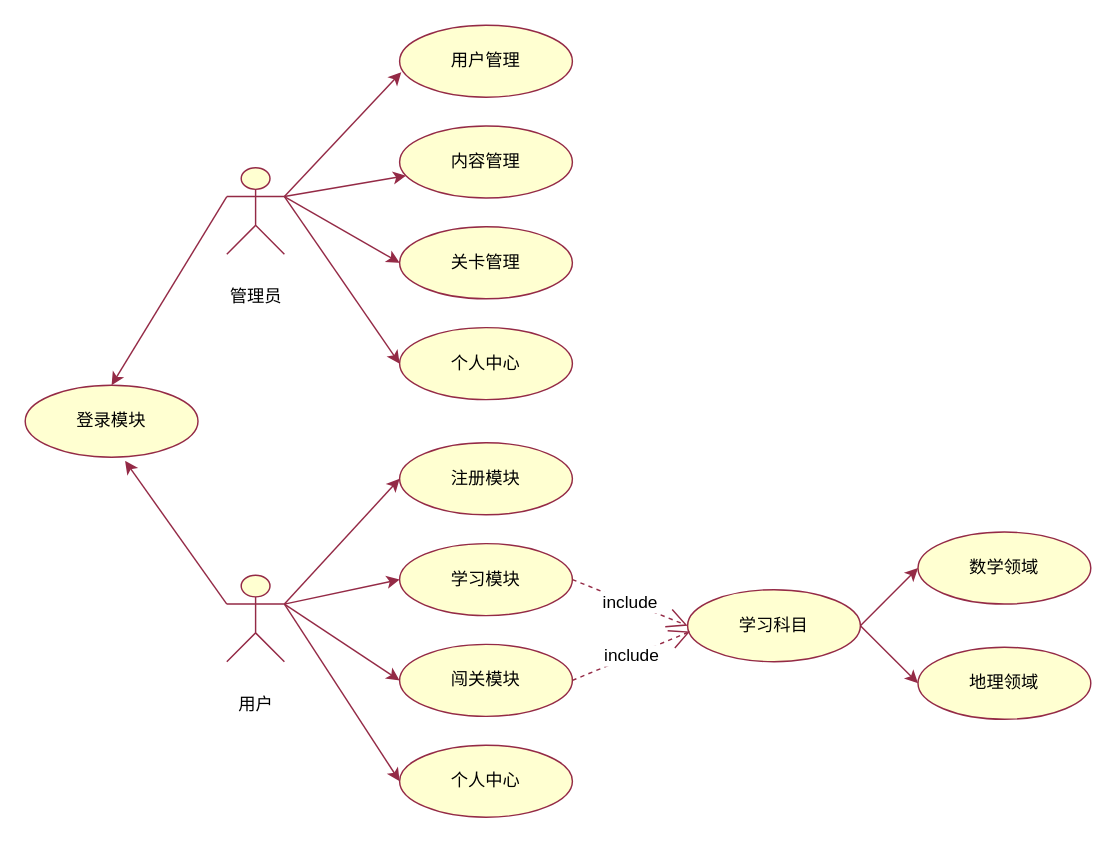
The draw.io diagram page "初始用例图" (2 of 16) of 毕业设计/毕业设计.drawio in bosombaby/draw-store, before the edit. Source tidied: cells renumbered, new cells numbered last; positions are measured from the earlier drawing's top-left corner, leaving out a move shared by most shapes. Both pictures are drawn from the tidied source at 144%, with x=0, y=0 at pixel (24, 24).
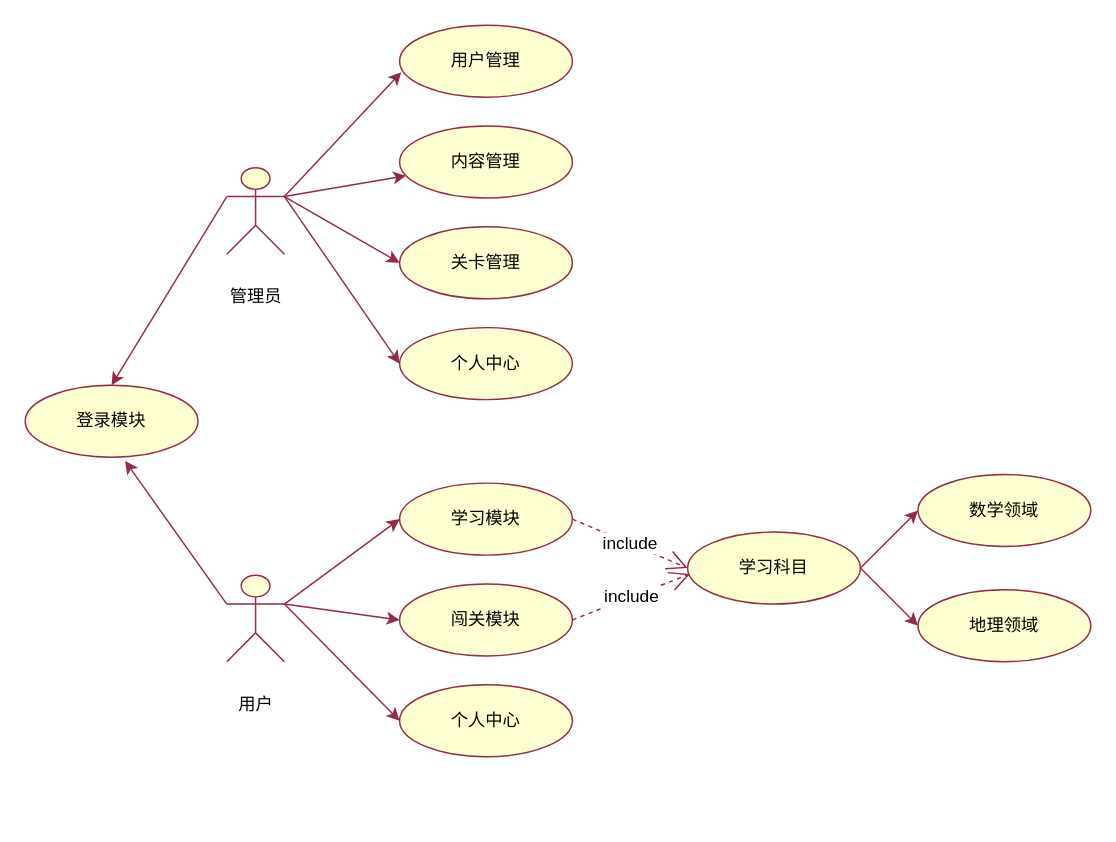
After the change.

Commit message:
更新毕业设计.drawio

The change refers to these unchanged cells:
```xml
<mxCell id="6" value="用户" style="shape=umlActor;verticalLabelPosition=bottom;verticalAlign=middle;html=1;outlineConnect=0;fillColor=#FFFFD1;strokeColor=#942A46;" parent="1" vertex="1">
  <mxGeometry x="140" y="382" width="40" height="60" as="geometry" />
</mxCell>
```

Change to the diagram source:
```diff
@@
-    <mxCell id="2" style="edgeStyle=none;rounded=0;jettySize=auto;html=1;exitX=1;exitY=0.3333333333333333;exitDx=0;exitDy=0;exitPerimeter=0;entryX=0;entryY=0.5;entryDx=0;entryDy=0;strokeColor=#942A46;align=center;verticalAlign=middle;fontFamily=Helvetica;fontSize=12;fontColor=default;labelBackgroundColor=default;endArrow=classic;fillColor=#FFFFD1;" parent="1" edge="1" source="6" target="13">
-      <mxGeometry relative="1" as="geometry" />
-    </mxCell>
@@
-    <mxCell id="13" value="注册模块" style="ellipse;whiteSpace=wrap;html=1;fillColor=#FFFFD1;strokeColor=#942A46;" parent="1" vertex="1">
-      <mxGeometry x="260" y="290" width="120" height="50" as="geometry" />
-    </mxCell>
     <mxCell id="14" value="学习模块" style="ellipse;whiteSpace=wrap;html=1;fillColor=#FFFFD1;strokeColor=#942A46;" parent="1" vertex="1">
-      <mxGeometry x="260" y="360" width="120" height="50" as="geometry" />
+      <mxGeometry x="260" y="318" width="120" height="50" as="geometry" />
     </mxCell>
     <mxCell id="15" value="闯关模块" style="ellipse;whiteSpace=wrap;html=1;fillColor=#FFFFD1;strokeColor=#942A46;" parent="1" vertex="1">
-      <mxGeometry x="260" y="430" width="120" height="50" as="geometry" />
+      <mxGeometry x="260" y="388" width="120" height="50" as="geometry" />
     </mxCell>
@@
     <mxCell id="20" value="数学领域" style="ellipse;whiteSpace=wrap;html=1;fillColor=#FFFFD1;strokeColor=#942A46;" parent="1" vertex="1">
-      <mxGeometry x="620" y="352" width="120" height="50" as="geometry" />
+      <mxGeometry x="620" y="312" width="120" height="50" as="geometry" />
     </mxCell>
     <mxCell id="21" value="地理领域" style="ellipse;whiteSpace=wrap;html=1;fillColor=#FFFFD1;strokeColor=#942A46;" parent="1" vertex="1">
-      <mxGeometry x="620" y="432" width="120" height="50" as="geometry" />
+      <mxGeometry x="620" y="392" width="120" height="50" as="geometry" />
     </mxCell>
@@
     <mxCell id="24" value="学习科目" style="ellipse;whiteSpace=wrap;html=1;fillColor=#FFFFD1;strokeColor=#942A46;" parent="1" vertex="1">
-      <mxGeometry x="460" y="392" width="120" height="50" as="geometry" />
+      <mxGeometry x="460" y="352" width="120" height="50" as="geometry" />
     </mxCell>
@@
     <mxCell id="27" value="个人中心" style="ellipse;whiteSpace=wrap;html=1;fillColor=#FFFFD1;strokeColor=#942A46;" parent="1" vertex="1">
-      <mxGeometry x="260" y="500" width="120" height="50" as="geometry" />
+      <mxGeometry x="260" y="458" width="120" height="50" as="geometry" />
     </mxCell>
```
